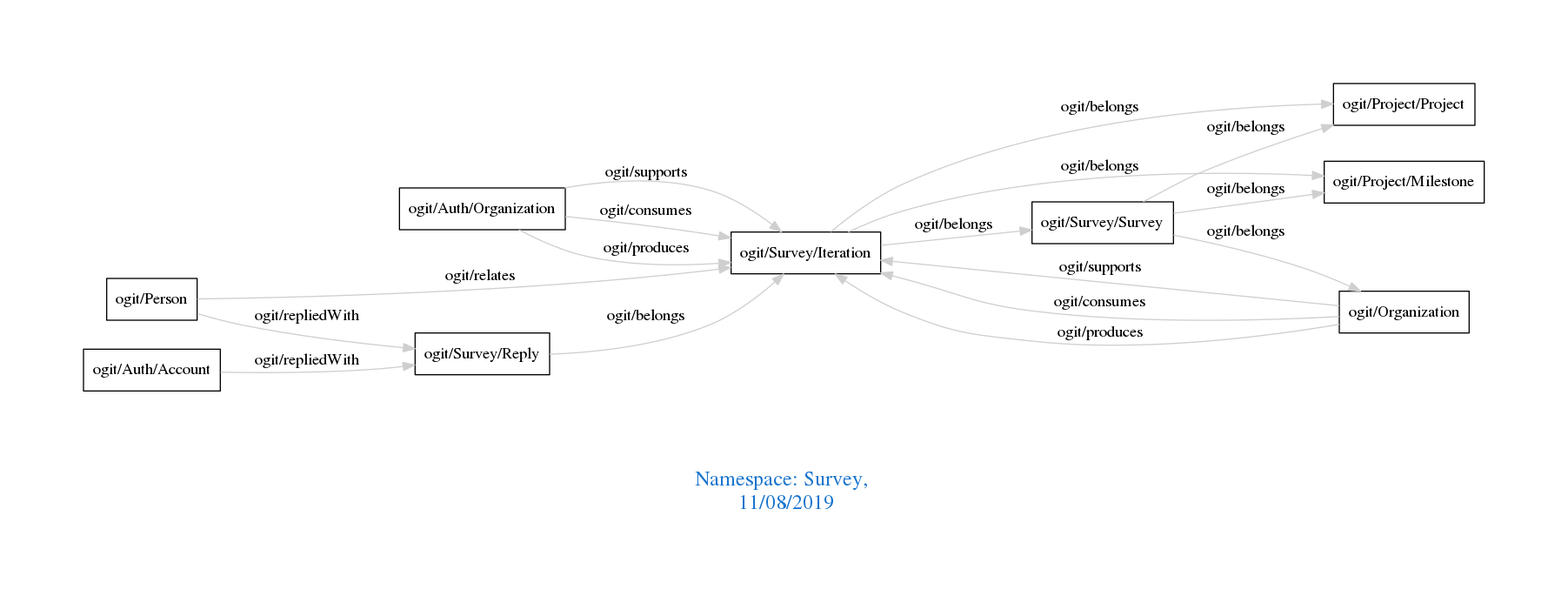
Earlier version of the Graphviz export downloads/Survey.png (arago/OGIT). Its source is kept beside it as downloads/Survey.dot.
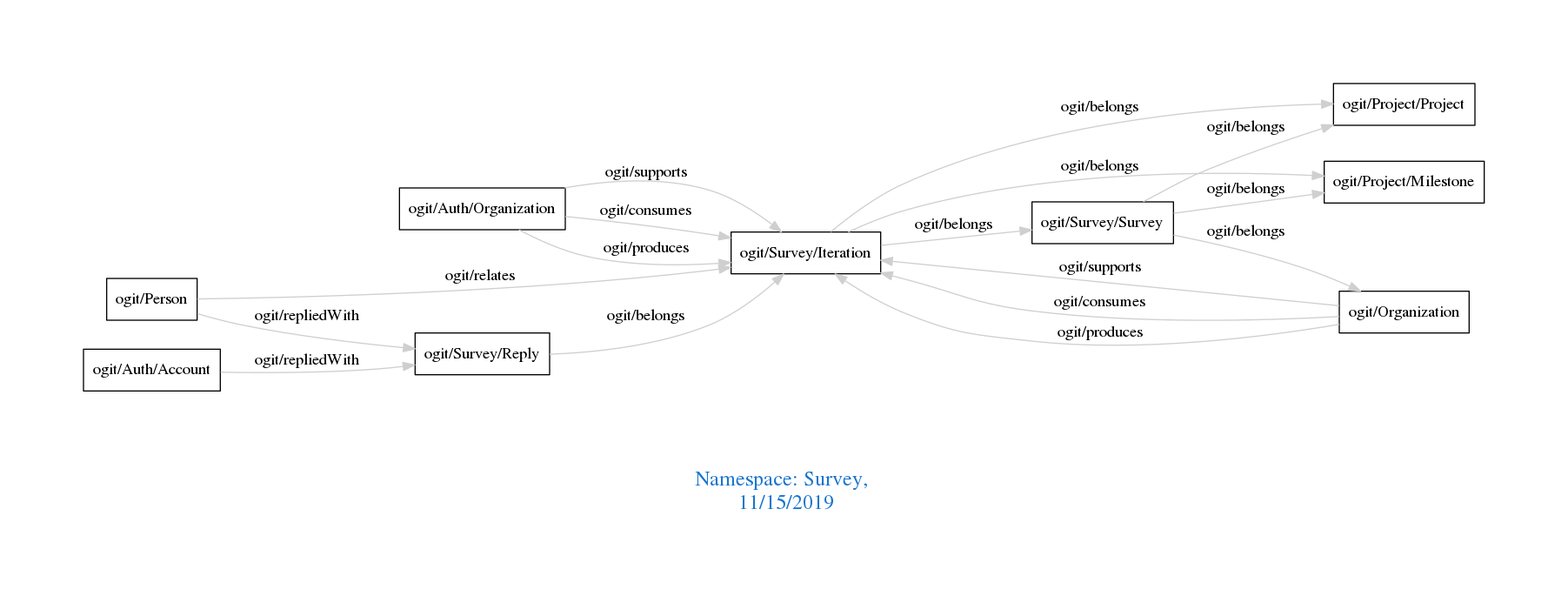
After the commit.

Change to the diagram source:
```diff
@@ -1,7 +1,7 @@
 digraph OGIT_ontology {
  graph [ rankdir= LR,pad=1
 fontsize = 18,
-fontcolor= dodgerblue3,label = "\n\n\nNamespace: Survey, \n 11/08/2019"];
+fontcolor= dodgerblue3,label = "\n\n\nNamespace: Survey, \n 11/15/2019"];
 node[shape=polygon];
 edge [  color="gray81"];
 
```
